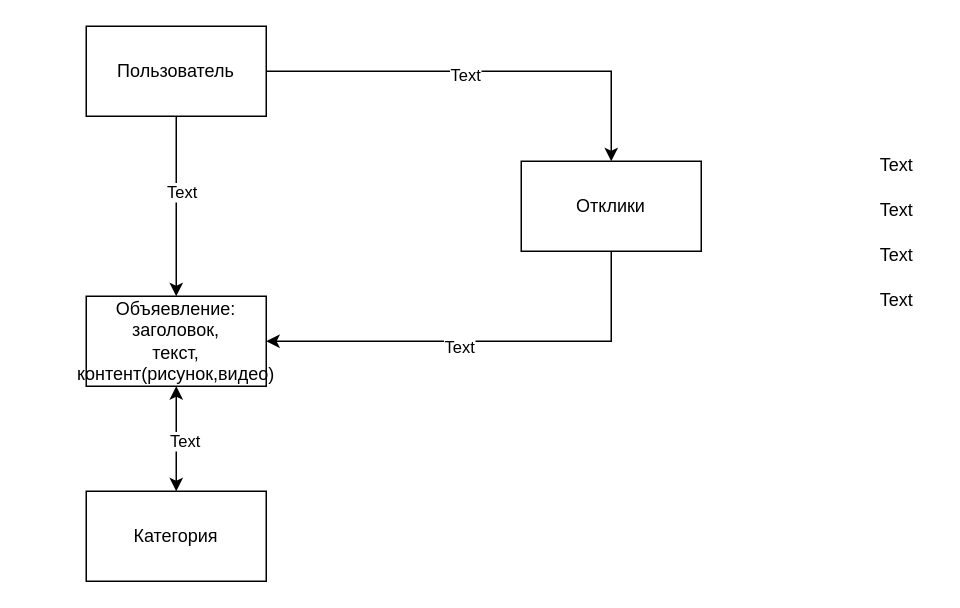
FanatikLeo2/Project_bulletin_board keeps this draw.io diagram as Диаграмма без названия.drawio. Above is the earlier version. Source tidied: cells renumbered, new cells numbered last; positions are measured from the earlier drawing's top-left corner, leaving out a move shared by most shapes. Both pictures are drawn from the tidied source at 150%, with x=0, y=0 at pixel (86, 26).
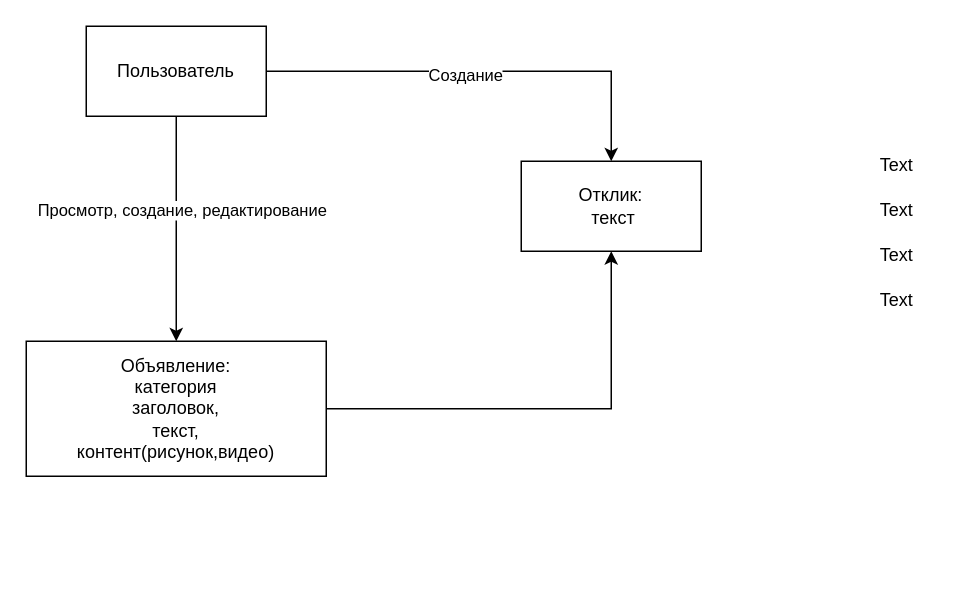
The same diagram, later.

Diff of the diagram source:
```diff
@@
 <mxGraphModel>
   <root>
     <mxCell id="0" />
     <mxCell id="1" parent="0" />
     <mxCell id="2" style="edgeStyle=orthogonalEdgeStyle;rounded=0;jettySize=auto;html=1;exitX=1;exitY=0.5;exitDx=0;exitDy=0;entryX=0.5;entryY=0;entryDx=0;entryDy=0;" parent="1" edge="1" source="6" target="10">
       <mxGeometry relative="1" as="geometry" />
     </mxCell>
-    <mxCell id="3" value="Text" style="edgeLabel;html=1;align=center;verticalAlign=middle;" parent="2" vertex="1">
+    <mxCell id="3" value="Создание" style="edgeLabel;html=1;align=center;verticalAlign=middle;" parent="2" vertex="1">
       <mxGeometry x="-0.09" y="-2" relative="1" as="geometry" />
     </mxCell>
     <mxCell id="4" style="edgeStyle=orthogonalEdgeStyle;rounded=0;jettySize=auto;html=1;exitX=0.5;exitY=1;exitDx=0;exitDy=0;entryX=0.5;entryY=0;entryDx=0;entryDy=0;" parent="1" edge="1" source="6" target="7">
       <mxGeometry relative="1" as="geometry" />
     </mxCell>
-    <mxCell id="5" value="Text" style="edgeLabel;html=1;align=center;verticalAlign=middle;" parent="4" vertex="1">
+    <mxCell id="5" value="Просмотр, создание, редактирование" style="edgeLabel;html=1;align=center;verticalAlign=middle;" parent="4" vertex="1">
       <mxGeometry x="-0.17" y="3" relative="1" as="geometry" />
     </mxCell>
     <mxCell id="6" value="Пользователь" style="rounded=0;whiteSpace=wrap;html=1;" parent="1" vertex="1">
       <mxGeometry width="120" height="60" as="geometry" />
     </mxCell>
+    <mxCell id="18" style="edgeStyle=orthogonalEdgeStyle;rounded=0;jettySize=auto;html=1;exitX=1;exitY=0.5;exitDx=0;exitDy=0;entryX=0.5;entryY=1;entryDx=0;entryDy=0;" parent="1" edge="1" source="7" target="10">
+      <mxGeometry relative="1" as="geometry" />
+    </mxCell>
-    <mxCell id="7" value="Объяевление:&lt;br&gt;заголовок,&lt;br&gt;текст, контент(рисунок,видео)" style="rounded=0;whiteSpace=wrap;html=1;" parent="1" vertex="1">
-      <mxGeometry y="180" width="120" height="60" as="geometry" />
+    <mxCell id="7" value="Объявление:&lt;br&gt;категория&lt;br&gt;заголовок,&lt;br&gt;текст, &lt;br&gt;контент(рисунок,видео)" style="rounded=0;whiteSpace=wrap;html=1;" parent="1" vertex="1">
+      <mxGeometry x="-40" y="210" width="200" height="90" as="geometry" />
     </mxCell>
-    <mxCell id="8" style="edgeStyle=orthogonalEdgeStyle;rounded=0;jettySize=auto;html=1;exitX=0.5;exitY=1;exitDx=0;exitDy=0;entryX=1;entryY=0.5;entryDx=0;entryDy=0;" parent="1" edge="1" source="10" target="7">
-      <mxGeometry relative="1" as="geometry" />
-    </mxCell>
-    <mxCell id="9" value="Text" style="edgeLabel;html=1;align=center;verticalAlign=middle;" parent="8" vertex="1">
-      <mxGeometry x="0.12" y="3" relative="1" as="geometry" />
-    </mxCell>
-    <mxCell id="10" value="Отклики" style="rounded=0;whiteSpace=wrap;html=1;" parent="1" vertex="1">
+    <mxCell id="10" value="Отклик:&lt;br&gt;&amp;nbsp;текст" style="rounded=0;whiteSpace=wrap;html=1;" parent="1" vertex="1">
       <mxGeometry x="290" y="90" width="120" height="60" as="geometry" />
     </mxCell>
-    <mxCell id="11" value="Категория" style="rounded=0;whiteSpace=wrap;html=1;" parent="1" vertex="1">
-      <mxGeometry y="310" width="120" height="60" as="geometry" />
-    </mxCell>
-    <mxCell id="12" style="endArrow=classic;startArrow=classic;html=1;rounded=0;exitX=0.5;exitY=0;exitDx=0;exitDy=0;entryX=0.5;entryY=1;entryDx=0;entryDy=0;" parent="1" edge="1" source="11" target="7">
-      <mxGeometry relative="1" as="geometry" />
-    </mxCell>
-    <mxCell id="13" value="Text" style="edgeLabel;html=1;align=center;verticalAlign=middle;" parent="12" vertex="1">
-      <mxGeometry x="-0.03" y="-5" relative="1" as="geometry" />
-    </mxCell>
     <mxCell id="14" value="Text" style="text;html=1;align=center;verticalAlign=middle;strokeColor=none;fillColor=none;" parent="1" vertex="1">
       <mxGeometry x="515" y="78" width="50" height="30" as="geometry" />
     </mxCell>
     <mxCell id="15" value="Text" style="text;html=1;align=center;verticalAlign=middle;strokeColor=none;fillColor=none;" parent="1" vertex="1">
       <mxGeometry x="515" y="108" width="50" height="30" as="geometry" />
     </mxCell>
     <mxCell id="16" value="Text" style="text;html=1;align=center;verticalAlign=middle;strokeColor=none;fillColor=none;" parent="1" vertex="1">
       <mxGeometry x="515" y="138" width="50" height="30" as="geometry" />
     </mxCell>
     <mxCell id="17" value="Text" style="text;html=1;align=center;verticalAlign=middle;strokeColor=none;fillColor=none;" parent="1" vertex="1">
       <mxGeometry x="515" y="168" width="50" height="30" as="geometry" />
     </mxCell>
   </root>
 </mxGraphModel>
```
